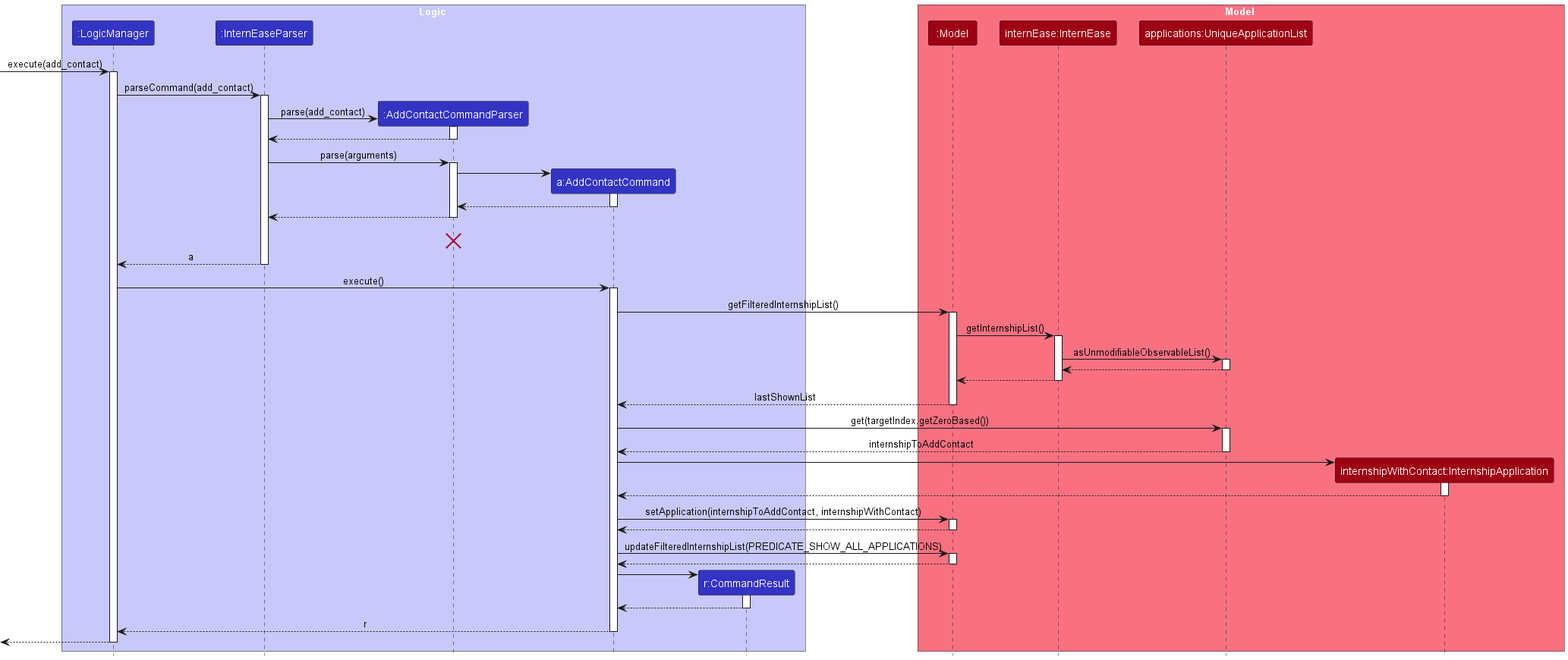
The PlantUML diagram docs/images/AddContactSequenceDiagram.png in nus-cs2103-AY2223S2/tp, before a commit.
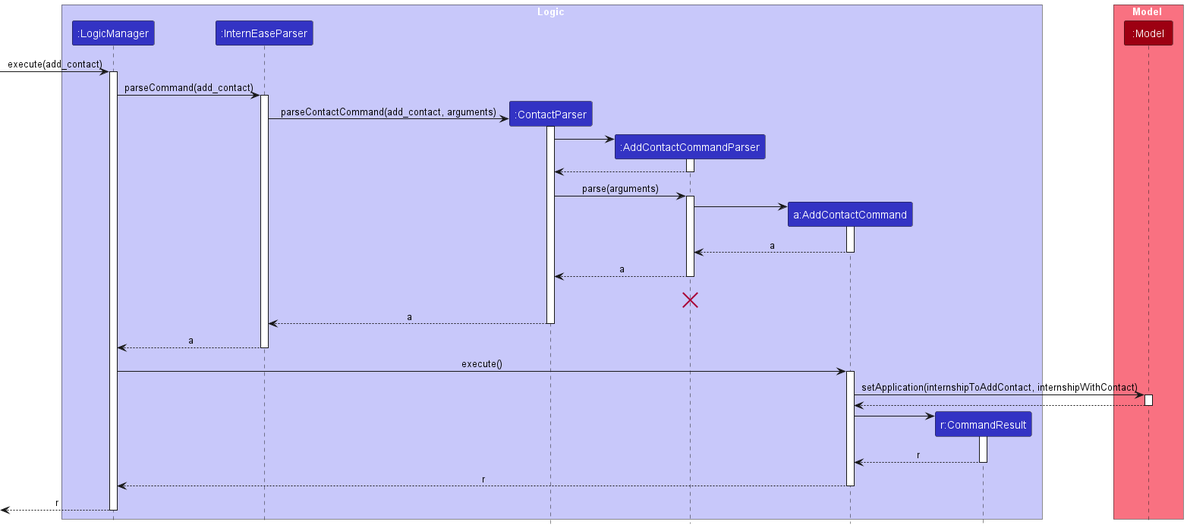
Later version of the same file.

Change to the diagram source:
```diff
@@ -4,6 +4,7 @@
 box Logic LOGIC_COLOR_T1
 participant ":LogicManager" as LogicManager LOGIC_COLOR
 participant ":InternEaseParser" as InternEaseParser LOGIC_COLOR
+participant ":ContactParser" as ContactParser LOGIC_COLOR
 participant ":AddContactCommandParser" as AddContactCommandParser LOGIC_COLOR
 participant "a:AddContactCommand" as AddContactCommand LOGIC_COLOR
 participant "r:CommandResult" as CommandResult LOGIC_COLOR
@@ -11,9 +12,6 @@
 
 box Model MODEL_COLOR_T1
 participant ":Model" as Model MODEL_COLOR
-participant "internEase:InternEase" as InternEase MODEL_COLOR
-participant "applications:UniqueApplicationList" as UniqueApplicationList MODEL_COLOR
-participant "internshipWithContact:InternshipApplication" as InternshipApplicationWithContact MODEL_COLOR
 end box
 [-> LogicManager : execute(add_contact)
 activate LogicManager
@@ -21,27 +19,34 @@
 LogicManager -> InternEaseParser : parseCommand(add_contact)
 activate InternEaseParser
 
+create ContactParser
+InternEaseParser -> ContactParser : parseContactCommand(add_contact, arguments)
+activate ContactParser
+
 create AddContactCommandParser
-InternEaseParser -> AddContactCommandParser : parse(add_contact)
+ContactParser -> AddContactCommandParser
 activate AddContactCommandParser
 
-AddContactCommandParser --> InternEaseParser
+AddContactCommandParser --> ContactParser
 deactivate AddContactCommandParser
 
-InternEaseParser -> AddContactCommandParser : parse(arguments)
+ContactParser -> AddContactCommandParser : parse(arguments)
 activate AddContactCommandParser
 
 create AddContactCommand
 AddContactCommandParser -> AddContactCommand
 activate AddContactCommand
 
-AddContactCommand --> AddContactCommandParser
+AddContactCommand --> AddContactCommandParser : a
 deactivate AddContactCommand
 
-AddContactCommandParser --> InternEaseParser
+AddContactCommandParser --> ContactParser : a
 deactivate AddContactCommandParser
 AddContactCommandParser -[hidden]-> InternEaseParser : result
 destroy AddContactCommandParser
+
+ContactParser --> InternEaseParser : a
+deactivate ContactParser
 
 InternEaseParser --> LogicManager : a
 deactivate InternEaseParser
@@ -49,44 +54,7 @@
 LogicManager -> AddContactCommand : execute()
 activate AddContactCommand
 
-AddContactCommand -> Model : getFilteredInternshipList()
-activate Model
-
-Model -> InternEase : getInternshipList()
-activate InternEase
-
-InternEase -> UniqueApplicationList : asUnmodifiableObservableList()
-activate UniqueApplicationList
-
-UniqueApplicationList --> InternEase
-deactivate UniqueApplicationList
-
-InternEase --> Model
-deactivate InternEase
-
-Model --> AddContactCommand : lastShownList
-deactivate Model
-
-AddContactCommand -> UniqueApplicationList : get(targetIndex.getZeroBased())
-activate UniqueApplicationList
-
-UniqueApplicationList --> AddContactCommand : internshipToAddContact
-deactivate UniqueApplicationList
-
-create InternshipApplicationWithContact
-AddContactCommand -> InternshipApplicationWithContact
-activate InternshipApplicationWithContact
-
-InternshipApplicationWithContact --> AddContactCommand
-deactivate InternshipApplicationWithContact
-
 AddContactCommand -> Model : setApplication(internshipToAddContact, internshipWithContact)
-activate Model
-
-Model --> AddContactCommand
-deactivate Model
-
-AddContactCommand -> Model : updateFilteredInternshipList(PREDICATE_SHOW_ALL_APPLICATIONS)
 activate Model
 
 Model --> AddContactCommand
@@ -96,12 +64,12 @@
 AddContactCommand -> CommandResult
 activate CommandResult
 
-CommandResult --> AddContactCommand
+CommandResult --> AddContactCommand : r
 deactivate CommandResult
 
 AddContactCommand --> LogicManager : r
 deactivate AddContactCommand
 
-[<--LogicManager
+[<--LogicManager : r
 deactivate LogicManager
 @enduml
```
